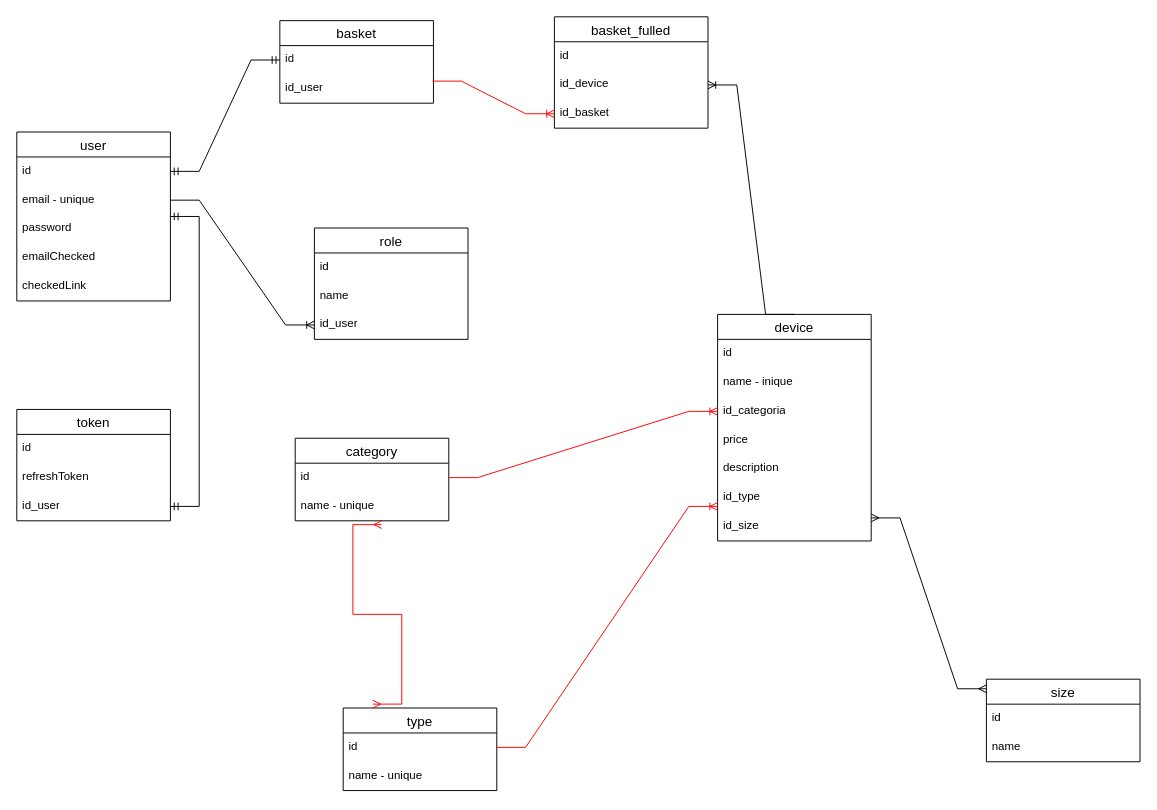
This is shose.drawio from OlegGrn/draw_io, a draw.io file, before an edit. Source tidied: cells renumbered, new cells numbered last; positions are measured from the earlier drawing's top-left corner, leaving out a move shared by most shapes. Both pictures are drawn from the tidied source at 96%, with x=0, y=0 at pixel (-22, 16).
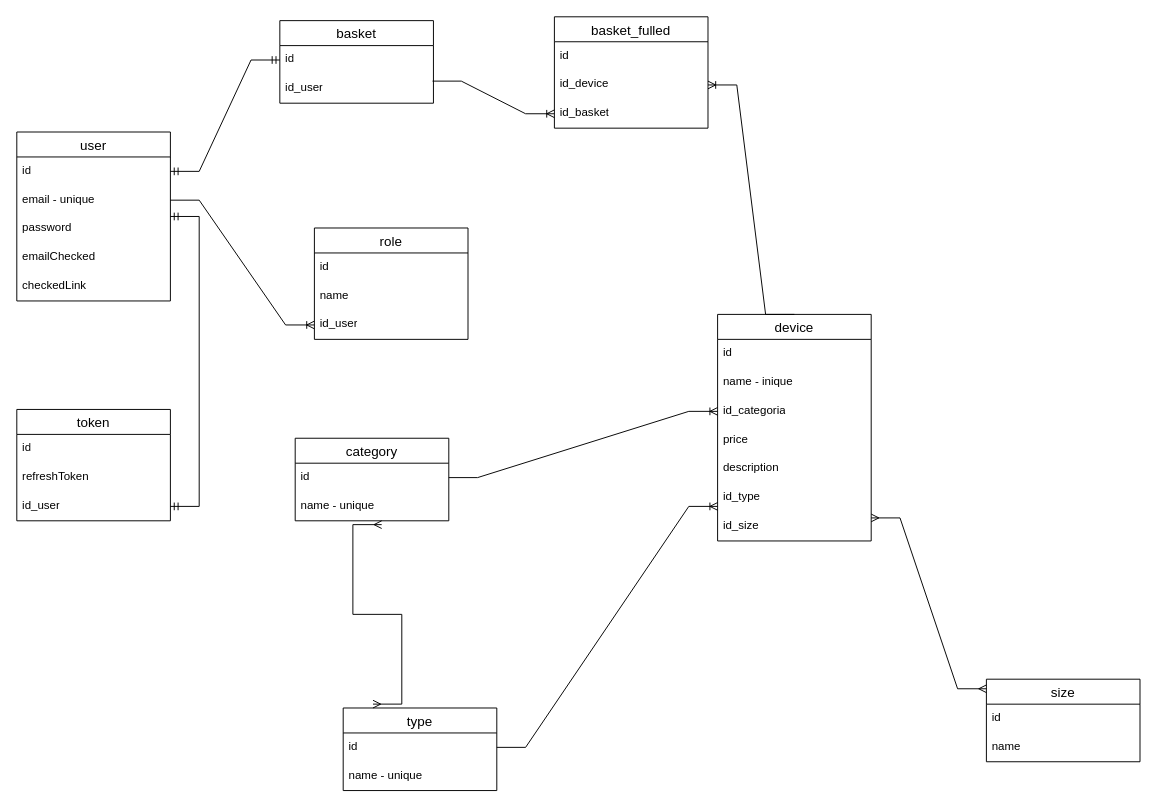
Above is the later version.

The change refers to these unchanged cells:
```xml
<mxCell id="10" value="id_user" style="text;strokeColor=none;fillColor=none;spacingLeft=4;spacingRight=4;overflow=hidden;points=[[0,0.5],[1,0.5]];portConstraint=eastwest;fontSize=12;whiteSpace=wrap;html=1;" parent="8" vertex="1">
  <mxGeometry y="56" width="160" height="30" as="geometry" />
</mxCell>
<mxCell id="14" value="id_categoria" style="text;strokeColor=none;fillColor=none;spacingLeft=4;spacingRight=4;overflow=hidden;points=[[0,0.5],[1,0.5]];portConstraint=eastwest;fontSize=12;whiteSpace=wrap;html=1;" parent="11" vertex="1">
  <mxGeometry y="86" width="160" height="30" as="geometry" />
</mxCell>
<mxCell id="17" value="id_type" style="text;strokeColor=none;fillColor=none;spacingLeft=4;spacingRight=4;overflow=hidden;points=[[0,0.5],[1,0.5]];portConstraint=eastwest;fontSize=12;whiteSpace=wrap;html=1;" parent="11" vertex="1">
  <mxGeometry y="176" width="160" height="30" as="geometry" />
</mxCell>
<mxCell id="19" value="type" style="swimlane;fontStyle=0;horizontal=1;startSize=26;align=center;fontSize=14;" parent="1" vertex="1">
  <mxGeometry x="380" y="720" width="160" height="86" as="geometry" />
</mxCell>
<mxCell id="20" value="id" style="text;strokeColor=none;fillColor=none;spacingLeft=4;spacingRight=4;overflow=hidden;points=[[0,0.5],[1,0.5]];portConstraint=eastwest;fontSize=12;whiteSpace=wrap;html=1;" parent="19" vertex="1">
  <mxGeometry y="26" width="160" height="30" as="geometry" />
</mxCell>
<mxCell id="23" value="size" style="swimlane;fontStyle=0;horizontal=1;startSize=26;align=center;fontSize=14;" parent="1" vertex="1">
  <mxGeometry x="1050" y="690" width="160" height="86" as="geometry" />
</mxCell>
<mxCell id="33" value="id" style="text;strokeColor=none;fillColor=none;spacingLeft=4;spacingRight=4;overflow=hidden;points=[[0,0.5],[1,0.5]];portConstraint=eastwest;fontSize=12;whiteSpace=wrap;html=1;" parent="32" vertex="1">
  <mxGeometry y="26" width="160" height="30" as="geometry" />
</mxCell>
<mxCell id="34" value="name - unique" style="text;strokeColor=none;fillColor=none;spacingLeft=4;spacingRight=4;overflow=hidden;points=[[0,0.5],[1,0.5]];portConstraint=eastwest;fontSize=12;whiteSpace=wrap;html=1;" parent="32" vertex="1">
  <mxGeometry y="56" width="160" height="30" as="geometry" />
</mxCell>
<mxCell id="40" value="id_basket" style="text;strokeColor=none;fillColor=none;spacingLeft=4;spacingRight=4;overflow=hidden;points=[[0,0.5],[1,0.5]];portConstraint=eastwest;fontSize=12;whiteSpace=wrap;html=1;" parent="37" vertex="1">
  <mxGeometry y="86" width="160" height="30" as="geometry" />
</mxCell>
```

The edit, as a diff of the source:
```diff
@@
-    <mxCell id="22" style="edgeStyle=entityRelationEdgeStyle;fontSize=12;html=1;endArrow=ERoneToMany;rounded=0;entryX=0;entryY=0.8;entryDx=0;entryDy=0;entryPerimeter=0;exitX=1;exitY=0.5;exitDx=0;exitDy=0;strokeColor=#FF0000;" parent="1" edge="1" source="20" target="17">
+    <mxCell id="22" style="edgeStyle=entityRelationEdgeStyle;fontSize=12;html=1;endArrow=ERoneToMany;rounded=0;entryX=0;entryY=0.8;entryDx=0;entryDy=0;entryPerimeter=0;exitX=1;exitY=0.5;exitDx=0;exitDy=0;strokeColor=#000000;" parent="1" edge="1" source="20" target="17">
       <mxGeometry relative="1" as="geometry" />
     </mxCell>
@@
-    <mxCell id="35" style="edgeStyle=entityRelationEdgeStyle;fontSize=12;html=1;endArrow=ERoneToMany;rounded=0;entryX=0;entryY=0.5;entryDx=0;entryDy=0;exitX=1;exitY=0.5;exitDx=0;exitDy=0;strokeColor=#FF0000;" parent="1" edge="1" source="33" target="14">
+    <mxCell id="35" style="edgeStyle=entityRelationEdgeStyle;fontSize=12;html=1;endArrow=ERoneToMany;rounded=0;entryX=0;entryY=0.5;entryDx=0;entryDy=0;exitX=1;exitY=0.5;exitDx=0;exitDy=0;strokeColor=#000000;" parent="1" edge="1" source="33" target="14">
       <mxGeometry relative="1" as="geometry" />
     </mxCell>
-    <mxCell id="36" style="edgeStyle=entityRelationEdgeStyle;fontSize=12;html=1;endArrow=ERmany;startArrow=ERmany;rounded=0;entryX=0.563;entryY=1.133;entryDx=0;entryDy=0;entryPerimeter=0;exitX=0.194;exitY=-0.047;exitDx=0;exitDy=0;exitPerimeter=0;strokeColor=#FF0000;" parent="1" edge="1" source="19" target="34">
+    <mxCell id="36" style="edgeStyle=entityRelationEdgeStyle;fontSize=12;html=1;endArrow=ERmany;startArrow=ERmany;rounded=0;entryX=0.563;entryY=1.133;entryDx=0;entryDy=0;entryPerimeter=0;exitX=0.194;exitY=-0.047;exitDx=0;exitDy=0;exitPerimeter=0;strokeColor=#000000;" parent="1" edge="1" source="19" target="34">
       <mxGeometry relative="1" as="geometry" />
     </mxCell>
@@
-    <mxCell id="42" style="edgeStyle=entityRelationEdgeStyle;fontSize=12;html=1;endArrow=ERoneToMany;rounded=0;entryX=0;entryY=0.5;entryDx=0;entryDy=0;exitX=0.994;exitY=0.233;exitDx=0;exitDy=0;exitPerimeter=0;strokeColor=#FF0000;" parent="1" edge="1" source="10" target="40">
+    <mxCell id="42" style="edgeStyle=entityRelationEdgeStyle;fontSize=12;html=1;endArrow=ERoneToMany;rounded=0;entryX=0;entryY=0.5;entryDx=0;entryDy=0;exitX=0.994;exitY=0.233;exitDx=0;exitDy=0;exitPerimeter=0;strokeColor=#000000;" parent="1" edge="1" source="10" target="40">
       <mxGeometry relative="1" as="geometry" />
     </mxCell>
@@
-    <mxCell id="48" style="edgeStyle=entityRelationEdgeStyle;fontSize=12;html=1;endArrow=ERmany;startArrow=ERmany;rounded=0;entryX=0;entryY=0.116;entryDx=0;entryDy=0;entryPerimeter=0;" parent="1" edge="1" target="23">
+    <mxCell id="48" style="edgeStyle=entityRelationEdgeStyle;fontSize=12;html=1;endArrow=ERmany;startArrow=ERmany;rounded=0;entryX=0;entryY=0.116;entryDx=0;entryDy=0;entryPerimeter=0;strokeColor=#000000;" parent="1" edge="1" target="23">
       <mxGeometry relative="1" as="geometry">
         <mxPoint x="930" y="522" as="sourcePoint" />
       </mxGeometry>
     </mxCell>
```
